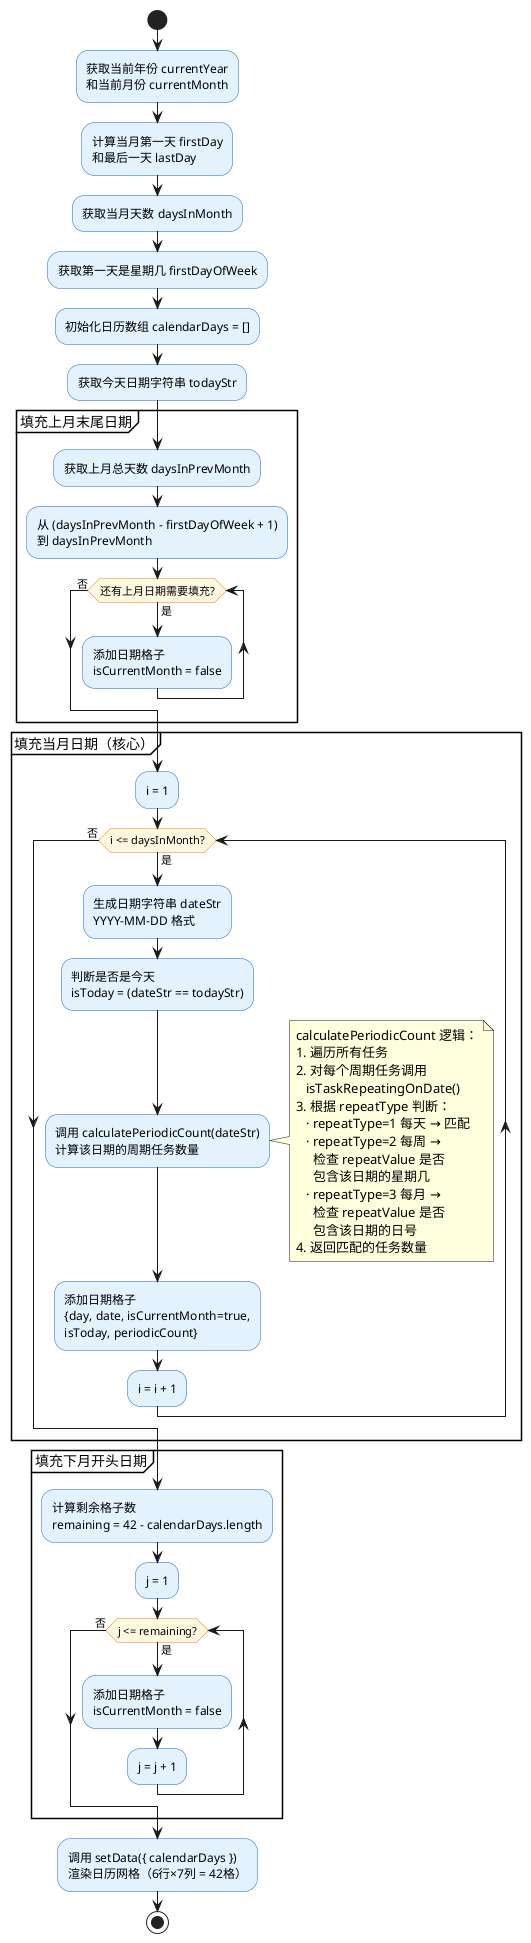
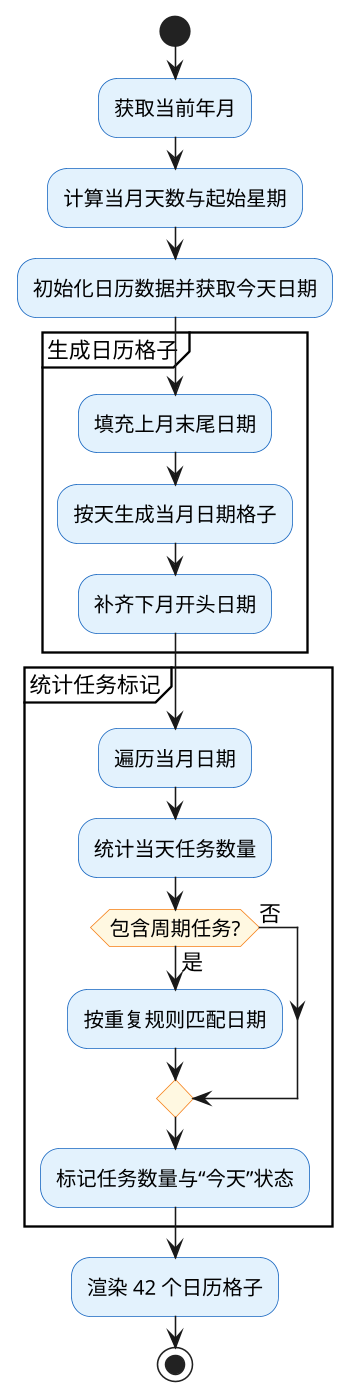
@startuml 日历生成流程图
' 图5.7 日历生成流程图
' 渲染：复制到 https://www.plantuml.com/plantuml/uml

skinparam activity {
  BackgroundColor #E3F2FD
  BorderColor #1565C0
  DiamondBackgroundColor #FFF8E1
  DiamondBorderColor #F57F17
}

+ skinparam defaultFontSize 14
+ skinparam activityFontSize 13
+ skinparam dpi 150
+ 
start

- :获取当前年份 currentYear\n和当前月份 currentMonth;
+ :获取当前年月;
+ :计算当月天数与起始星期;
+ :初始化日历数据并获取今天日期;

- :计算当月第一天 firstDay\n和最后一天 lastDay;
- :获取当月天数 daysInMonth;
- :获取第一天是星期几 firstDayOfWeek;
- 
- :初始化日历数组 calendarDays = [];
- :获取今天日期字符串 todayStr;
- 
- ' ===== 填充上月末尾 =====
- partition "填充上月末尾日期" {
-   :获取上月总天数 daysInPrevMonth;
-   :从 (daysInPrevMonth - firstDayOfWeek + 1)\n到 daysInPrevMonth;
-   while (还有上月日期需要填充?) is (是)
-     :添加日期格子\nisCurrentMonth = false;
-   endwhile (否)
+ partition "生成日历格子" {
+   :填充上月末尾日期;
+   :按天生成当月日期格子;
+   :补齐下月开头日期;
}

- ' ===== 填充当月日期 =====
- partition "填充当月日期（核心）" {
-   :i = 1;
-   while (i <= daysInMonth?) is (是)
-     :生成日期字符串 dateStr\nYYYY-MM-DD 格式;
-     :判断是否是今天\nisToday = (dateStr == todayStr);
- 
-     :调用 calculatePeriodicCount(dateStr)\n计算该日期的周期任务数量;
- 
-     note right
-       calculatePeriodicCount 逻辑：
-       1. 遍历所有任务
-       2. 对每个周期任务调用
-          isTaskRepeatingOnDate()
-       3. 根据 repeatType 判断：
-          · repeatType=1 每天 → 匹配
-          · repeatType=2 每周 →
-            检查 repeatValue 是否
-            包含该日期的星期几
-          · repeatType=3 每月 →
-            检查 repeatValue 是否
-            包含该日期的日号
-       4. 返回匹配的任务数量
-     end note
- 
-     :添加日期格子\n{day, date, isCurrentMonth=true,\nisToday, periodicCount};
-     :i = i + 1;
-   endwhile (否)
+ partition "统计任务标记" {
+   :遍历当月日期;
+   :统计当天任务数量;
+   if (包含周期任务?) then (是)
+     :按重复规则匹配日期;
+   else (否)
+   endif
+   :标记任务数量与“今天”状态;
}

- ' ===== 填充下月开头 =====
- partition "填充下月开头日期" {
-   :计算剩余格子数\nremaining = 42 - calendarDays.length;
-   :j = 1;
-   while (j <= remaining?) is (是)
-     :添加日期格子\nisCurrentMonth = false;
-     :j = j + 1;
-   endwhile (否)
- }
- 
- :调用 setData({ calendarDays })\n渲染日历网格（6行×7列 = 42格）;
+ :渲染 42 个日历格子;

stop

@enduml
